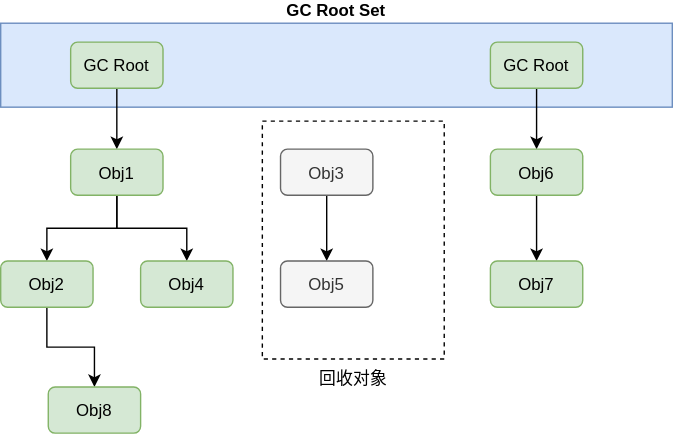
Above: Java/JVM/GC回收机制/可达性分析法.drawio.svg in Developer-Tang/notes (draw.io), before the change. Source tidied: cells renumbered, new cells last; positions are measured from the earlier drawing's top-left corner, leaving out a move shared by most shapes.
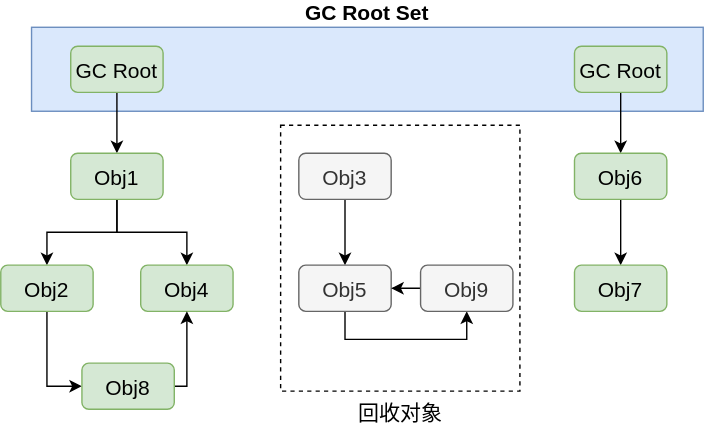
After the commit.

What changed in the source:
```diff
@@ -2,62 +2,78 @@
   <root>
     <mxCell id="0" />
     <mxCell id="1" parent="0" />
-    <mxCell id="2" value="回收对象" style="rounded=0;fillColor=none;dashed=1;labelPosition=center;verticalLabelPosition=bottom;align=center;verticalAlign=top;" parent="1" vertex="1">
-      <mxGeometry x="187" y="70" width="130" height="170" as="geometry" />
+    <mxCell id="2" value="回收对象" style="rounded=0;fillColor=none;dashed=1;labelPosition=center;verticalLabelPosition=bottom;align=center;verticalAlign=top;fontSize=15;" parent="1" vertex="1">
+      <mxGeometry x="189" y="80" width="171" height="190" as="geometry" />
     </mxCell>
-    <mxCell id="3" value="GC Root Set" style="rounded=0;fillColor=#dae8fc;strokeColor=#6c8ebf;labelPosition=center;verticalLabelPosition=top;align=center;verticalAlign=bottom;labelBackgroundColor=none;labelBorderColor=none;fontColor=default;fontStyle=1;" parent="1" vertex="1">
-      <mxGeometry width="480" height="60" as="geometry" />
+    <mxCell id="3" value="GC Root Set" style="rounded=0;fillColor=#dae8fc;strokeColor=#6c8ebf;labelPosition=center;verticalLabelPosition=top;align=center;verticalAlign=bottom;labelBackgroundColor=none;labelBorderColor=none;fontColor=default;fontStyle=1;fontSize=15;" parent="1" vertex="1">
+      <mxGeometry x="11" y="10" width="480" height="60" as="geometry" />
     </mxCell>
-    <mxCell id="4" style="edgeStyle=orthogonalEdgeStyle;rounded=0;jettySize=auto;exitX=0.5;exitY=1;exitDx=0;exitDy=0;" parent="1" edge="1" source="5" target="8">
+    <mxCell id="4" style="edgeStyle=orthogonalEdgeStyle;rounded=0;jettySize=auto;exitX=0.5;exitY=1;exitDx=0;exitDy=0;fontSize=15;" parent="1" edge="1" source="5" target="8">
       <mxGeometry relative="1" as="geometry" />
     </mxCell>
-    <mxCell id="5" value="GC Root" style="rounded=1;fillColor=#d5e8d4;strokeColor=#82b366;" parent="1" vertex="1">
-      <mxGeometry x="50" y="13.5" width="66" height="33" as="geometry" />
+    <mxCell id="5" value="GC Root" style="rounded=1;fillColor=#d5e8d4;strokeColor=#82b366;fontSize=15;" parent="1" vertex="1">
+      <mxGeometry x="39" y="23.5" width="66" height="33" as="geometry" />
     </mxCell>
-    <mxCell id="6" style="edgeStyle=orthogonalEdgeStyle;rounded=0;jettySize=auto;exitX=0.5;exitY=1;exitDx=0;exitDy=0;" parent="1" edge="1" source="8" target="10">
+    <mxCell id="6" style="edgeStyle=orthogonalEdgeStyle;rounded=0;jettySize=auto;exitX=0.5;exitY=1;exitDx=0;exitDy=0;fontSize=15;" parent="1" edge="1" source="8" target="10">
       <mxGeometry relative="1" as="geometry" />
     </mxCell>
-    <mxCell id="7" style="edgeStyle=orthogonalEdgeStyle;rounded=0;jettySize=auto;exitX=0.5;exitY=1;exitDx=0;exitDy=0;" parent="1" edge="1" source="8" target="11">
+    <mxCell id="7" style="edgeStyle=orthogonalEdgeStyle;rounded=0;jettySize=auto;exitX=0.5;exitY=1;exitDx=0;exitDy=0;fontSize=15;" parent="1" edge="1" source="8" target="11">
       <mxGeometry relative="1" as="geometry" />
     </mxCell>
-    <mxCell id="8" value="Obj1" style="rounded=1;fillColor=#d5e8d4;strokeColor=#82b366;" parent="1" vertex="1">
-      <mxGeometry x="50" y="90" width="66" height="33" as="geometry" />
+    <mxCell id="8" value="Obj1" style="rounded=1;fillColor=#d5e8d4;strokeColor=#82b366;fontSize=15;" parent="1" vertex="1">
+      <mxGeometry x="39" y="100" width="66" height="33" as="geometry" />
     </mxCell>
-    <mxCell id="9" style="edgeStyle=orthogonalEdgeStyle;rounded=0;jettySize=auto;exitX=0.5;exitY=1;exitDx=0;exitDy=0;" parent="1" edge="1" source="10" target="12">
+    <mxCell id="9" style="edgeStyle=orthogonalEdgeStyle;rounded=0;jettySize=auto;exitX=0.5;exitY=1;exitDx=0;exitDy=0;entryX=0;entryY=0.5;entryDx=0;entryDy=0;fontSize=15;" parent="1" edge="1" source="10" target="12">
       <mxGeometry relative="1" as="geometry" />
     </mxCell>
-    <mxCell id="10" value="Obj2" style="rounded=1;fillColor=#d5e8d4;strokeColor=#82b366;" parent="1" vertex="1">
-      <mxGeometry y="170" width="66" height="33" as="geometry" />
+    <mxCell id="10" value="Obj2" style="rounded=1;fillColor=#d5e8d4;strokeColor=#82b366;fontSize=15;" parent="1" vertex="1">
+      <mxGeometry x="-11" y="180" width="66" height="33" as="geometry" />
     </mxCell>
-    <mxCell id="11" value="Obj4" style="rounded=1;fillColor=#d5e8d4;strokeColor=#82b366;" parent="1" vertex="1">
-      <mxGeometry x="100" y="170" width="66" height="33" as="geometry" />
+    <mxCell id="11" value="Obj4" style="rounded=1;fillColor=#d5e8d4;strokeColor=#82b366;fontSize=15;" parent="1" vertex="1">
+      <mxGeometry x="89" y="180" width="66" height="33" as="geometry" />
     </mxCell>
+    <mxCell id="21" style="edgeStyle=orthogonalEdgeStyle;rounded=0;jettySize=auto;html=1;exitX=1;exitY=0.5;exitDx=0;exitDy=0;entryX=0.5;entryY=1;entryDx=0;entryDy=0;fontSize=15;" parent="1" edge="1" source="12" target="11">
+      <mxGeometry relative="1" as="geometry">
+        <Array as="points">
+          <mxPoint x="122" y="267" />
+        </Array>
+      </mxGeometry>
+    </mxCell>
-    <mxCell id="12" value="Obj8" style="rounded=1;fillColor=#d5e8d4;strokeColor=#82b366;" parent="1" vertex="1">
-      <mxGeometry x="34" y="260" width="66" height="33" as="geometry" />
+    <mxCell id="12" value="Obj8" style="rounded=1;fillColor=#d5e8d4;strokeColor=#82b366;fontSize=15;" parent="1" vertex="1">
+      <mxGeometry x="47" y="250" width="66" height="33" as="geometry" />
     </mxCell>
-    <mxCell id="13" style="edgeStyle=orthogonalEdgeStyle;rounded=0;jettySize=auto;exitX=0.5;exitY=1;exitDx=0;exitDy=0;entryX=0.5;entryY=0;entryDx=0;entryDy=0;" parent="1" edge="1" source="14" target="15">
+    <mxCell id="13" style="edgeStyle=orthogonalEdgeStyle;rounded=0;jettySize=auto;exitX=0.5;exitY=1;exitDx=0;exitDy=0;entryX=0.5;entryY=0;entryDx=0;entryDy=0;fontSize=15;" parent="1" edge="1" source="14" target="15">
       <mxGeometry relative="1" as="geometry" />
     </mxCell>
-    <mxCell id="14" value="Obj3" style="rounded=1;fillColor=#f5f5f5;strokeColor=#666666;fontColor=#333333;" parent="1" vertex="1">
-      <mxGeometry x="200" y="90" width="66" height="33" as="geometry" />
+    <mxCell id="14" value="Obj3" style="rounded=1;fillColor=#f5f5f5;strokeColor=#666666;fontColor=#333333;fontSize=15;" parent="1" vertex="1">
+      <mxGeometry x="202" y="100" width="66" height="33" as="geometry" />
     </mxCell>
+    <mxCell id="22" style="edgeStyle=orthogonalEdgeStyle;rounded=0;jettySize=auto;html=1;exitX=0.5;exitY=1;exitDx=0;exitDy=0;entryX=0.5;entryY=1;entryDx=0;entryDy=0;fontSize=15;" parent="1" edge="1" source="15" target="24">
+      <mxGeometry relative="1" as="geometry" />
+    </mxCell>
-    <mxCell id="15" value="Obj5" style="rounded=1;fillColor=#f5f5f5;strokeColor=#666666;fontColor=#333333;" parent="1" vertex="1">
-      <mxGeometry x="200" y="170" width="66" height="33" as="geometry" />
+    <mxCell id="15" value="Obj5" style="rounded=1;fillColor=#f5f5f5;strokeColor=#666666;fontColor=#333333;fontSize=15;" parent="1" vertex="1">
+      <mxGeometry x="202" y="180" width="66" height="33" as="geometry" />
     </mxCell>
-    <mxCell id="16" style="edgeStyle=orthogonalEdgeStyle;rounded=0;jettySize=auto;exitX=0.5;exitY=1;exitDx=0;exitDy=0;" parent="1" edge="1" source="17" target="19">
+    <mxCell id="16" style="edgeStyle=orthogonalEdgeStyle;rounded=0;jettySize=auto;exitX=0.5;exitY=1;exitDx=0;exitDy=0;fontSize=15;" parent="1" edge="1" source="17" target="19">
       <mxGeometry relative="1" as="geometry" />
     </mxCell>
-    <mxCell id="17" value="GC Root" style="rounded=1;fillColor=#d5e8d4;strokeColor=#82b366;" parent="1" vertex="1">
-      <mxGeometry x="350" y="13.5" width="66" height="33" as="geometry" />
+    <mxCell id="17" value="GC Root" style="rounded=1;fillColor=#d5e8d4;strokeColor=#82b366;fontSize=15;" parent="1" vertex="1">
+      <mxGeometry x="399" y="23.5" width="66" height="33" as="geometry" />
     </mxCell>
-    <mxCell id="18" style="edgeStyle=orthogonalEdgeStyle;rounded=0;jettySize=auto;exitX=0.5;exitY=1;exitDx=0;exitDy=0;entryX=0.5;entryY=0;entryDx=0;entryDy=0;" parent="1" edge="1" source="19" target="20">
+    <mxCell id="18" style="edgeStyle=orthogonalEdgeStyle;rounded=0;jettySize=auto;exitX=0.5;exitY=1;exitDx=0;exitDy=0;entryX=0.5;entryY=0;entryDx=0;entryDy=0;fontSize=15;" parent="1" edge="1" source="19" target="20">
       <mxGeometry relative="1" as="geometry" />
     </mxCell>
-    <mxCell id="19" value="Obj6" style="rounded=1;fillColor=#d5e8d4;strokeColor=#82b366;" parent="1" vertex="1">
-      <mxGeometry x="350" y="90" width="66" height="33" as="geometry" />
+    <mxCell id="19" value="Obj6" style="rounded=1;fillColor=#d5e8d4;strokeColor=#82b366;fontSize=15;" parent="1" vertex="1">
+      <mxGeometry x="399" y="100" width="66" height="33" as="geometry" />
     </mxCell>
-    <mxCell id="20" value="Obj7" style="rounded=1;fillColor=#d5e8d4;strokeColor=#82b366;" parent="1" vertex="1">
-      <mxGeometry x="350" y="170" width="66" height="33" as="geometry" />
+    <mxCell id="20" value="Obj7" style="rounded=1;fillColor=#d5e8d4;strokeColor=#82b366;fontSize=15;" parent="1" vertex="1">
+      <mxGeometry x="399" y="180" width="66" height="33" as="geometry" />
     </mxCell>
+    <mxCell id="23" style="edgeStyle=orthogonalEdgeStyle;rounded=0;jettySize=auto;html=1;fontSize=15;" parent="1" edge="1" source="24" target="15">
+      <mxGeometry relative="1" as="geometry" />
+    </mxCell>
+    <mxCell id="24" value="Obj9" style="rounded=1;fillColor=#f5f5f5;strokeColor=#666666;fontColor=#333333;fontSize=15;" parent="1" vertex="1">
+      <mxGeometry x="289" y="180" width="66" height="33" as="geometry" />
+    </mxCell>
   </root>
 </mxGraphModel>
```
